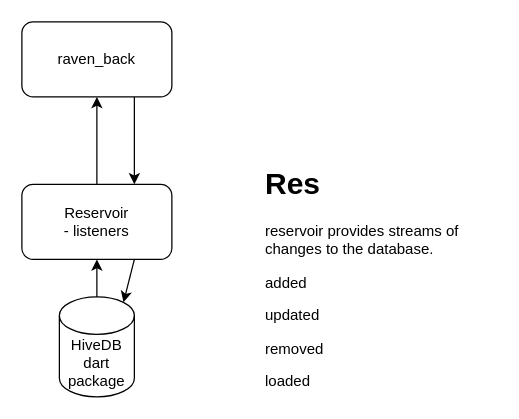
This is doc/description.drawio from moontreeapp/proclaim, a draw.io file, before an edit. Source tidied: cells renumbered, new cells numbered last; positions are measured from the earlier drawing's top-left corner, leaving out a move shared by most shapes. Both pictures are drawn from the tidied source at 125%, with x=0, y=0 at pixel (21, 21).
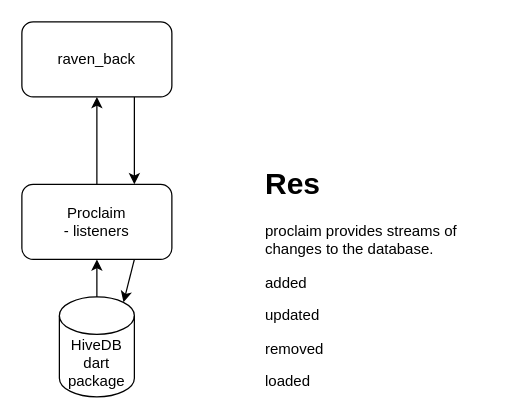
The same page after the edit.

Commit message (it also covers changes not shown here):
changed name to proclaim

The edit, as a diff of the source:
```diff
@@
 <mxGraphModel>
   <root>
     <mxCell id="0" />
     <mxCell id="1" parent="0" />
     <mxCell id="2" style="edgeStyle=none;html=1;" parent="1" edge="1" source="3" target="6">
       <mxGeometry relative="1" as="geometry" />
     </mxCell>
     <mxCell id="3" value="HiveDB&lt;br&gt;dart package" style="shape=cylinder3;whiteSpace=wrap;html=1;boundedLbl=1;backgroundOutline=1;size=15;" parent="1" vertex="1">
       <mxGeometry x="30" y="220" width="60" height="80" as="geometry" />
     </mxCell>
     <mxCell id="4" style="edgeStyle=none;html=1;" parent="1" edge="1" source="6" target="8">
       <mxGeometry relative="1" as="geometry" />
     </mxCell>
     <mxCell id="5" style="edgeStyle=none;html=1;exitX=0.75;exitY=1;exitDx=0;exitDy=0;entryX=0.855;entryY=0;entryDx=0;entryDy=4.35;entryPerimeter=0;" parent="1" edge="1" source="6" target="3">
       <mxGeometry relative="1" as="geometry" />
     </mxCell>
-    <mxCell id="6" value="Reservoir&lt;br&gt;- listeners" style="rounded=1;whiteSpace=wrap;html=1;" parent="1" vertex="1">
+    <mxCell id="6" value="Proclaim&lt;br&gt;- listeners" style="rounded=1;whiteSpace=wrap;html=1;" parent="1" vertex="1">
       <mxGeometry y="130" width="120" height="60" as="geometry" />
     </mxCell>
     <mxCell id="7" style="edgeStyle=none;html=1;exitX=0.75;exitY=1;exitDx=0;exitDy=0;entryX=0.75;entryY=0;entryDx=0;entryDy=0;" parent="1" edge="1" source="8" target="6">
       <mxGeometry relative="1" as="geometry" />
     </mxCell>
     <mxCell id="8" value="raven_back&lt;br&gt;" style="rounded=1;whiteSpace=wrap;html=1;" parent="1" vertex="1">
       <mxGeometry width="120" height="60" as="geometry" />
     </mxCell>
-    <mxCell id="9" value="&lt;h1&gt;Res&lt;/h1&gt;&lt;p&gt;reservoir provides streams of changes to the database.&lt;/p&gt;&lt;p&gt;&lt;span&gt;added&lt;/span&gt;&lt;br&gt;&lt;/p&gt;&lt;p&gt;updated&lt;/p&gt;&lt;p&gt;removed&lt;/p&gt;&lt;p&gt;loaded&lt;/p&gt;" style="text;html=1;strokeColor=none;fillColor=none;spacing=5;spacingTop=-20;whiteSpace=wrap;overflow=hidden;rounded=0;" parent="1" vertex="1">
+    <mxCell id="9" value="&lt;h1&gt;Res&lt;/h1&gt;&lt;p&gt;proclaim provides streams of changes to the database.&lt;/p&gt;&lt;p&gt;&lt;span&gt;added&lt;/span&gt;&lt;br&gt;&lt;/p&gt;&lt;p&gt;updated&lt;/p&gt;&lt;p&gt;removed&lt;/p&gt;&lt;p&gt;loaded&lt;/p&gt;" style="text;html=1;strokeColor=none;fillColor=none;spacing=5;spacingTop=-20;whiteSpace=wrap;overflow=hidden;rounded=0;" parent="1" vertex="1">
       <mxGeometry x="190" y="110" width="190" height="190" as="geometry" />
     </mxCell>
   </root>
 </mxGraphModel>
```
